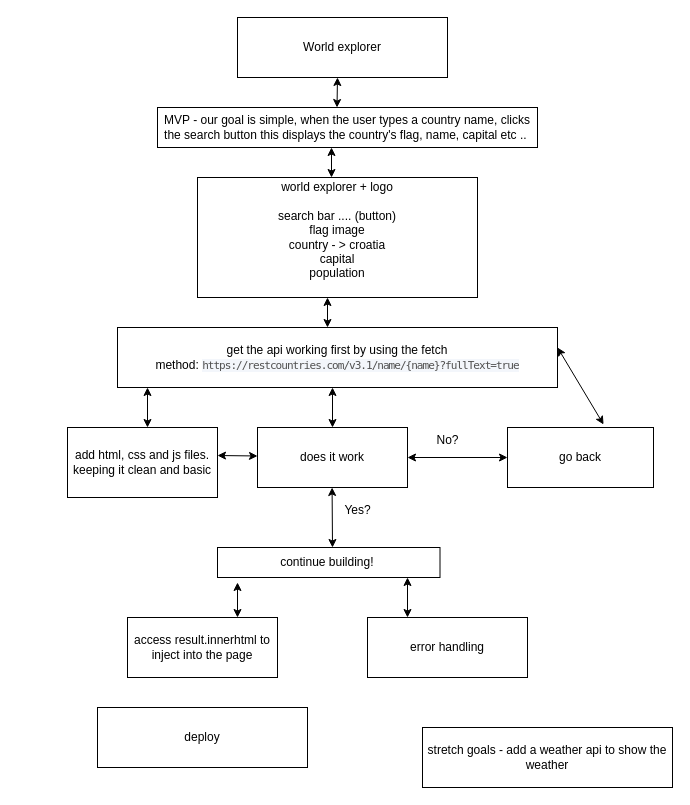
The draw.io diagram prototype.drawio in lienekl/challenge-5-group-work, before the edit. Source tidied: cells renumbered, new cells numbered last; positions are measured from the earlier drawing's top-left corner, leaving out a move shared by most shapes. Both pictures are drawn from the tidied source at 100%, with x=0, y=0 at pixel (67, 17).
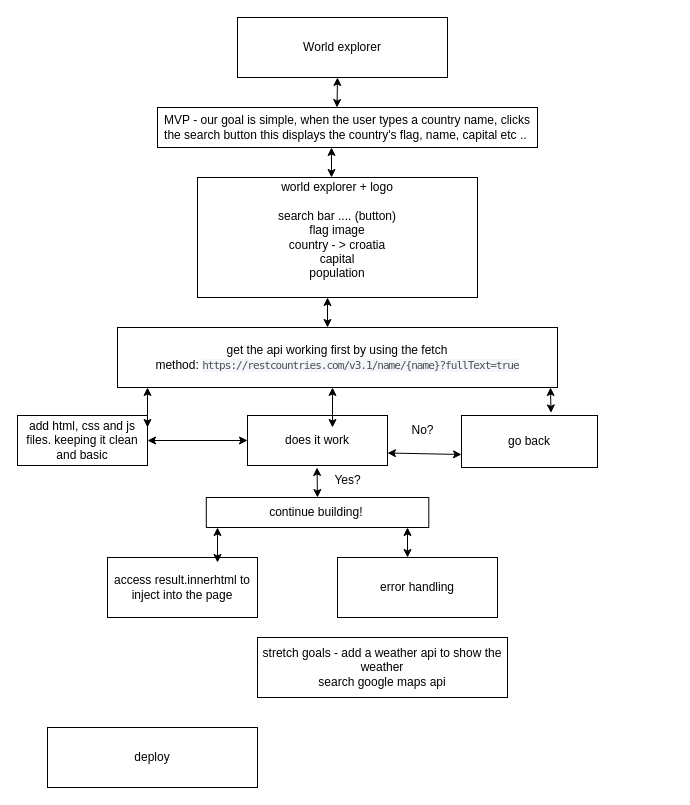
The same page after the edit.

Change to the diagram source:
```diff
@@
     <mxCell id="7" value="add html, css and js files. keeping it clean and basic" style="rounded=0;whiteSpace=wrap;html=1;" parent="1" vertex="1">
-      <mxGeometry y="410" width="150" height="70" as="geometry" />
+      <mxGeometry x="-50" y="398" width="130" height="50" as="geometry" />
     </mxCell>
     <mxCell id="8" value="does it work" style="rounded=0;whiteSpace=wrap;html=1;" parent="1" vertex="1">
-      <mxGeometry x="190" y="410" width="150" height="60" as="geometry" />
+      <mxGeometry x="180" y="398" width="140" height="50" as="geometry" />
     </mxCell>
     <mxCell id="9" value="go back" style="rounded=0;whiteSpace=wrap;html=1;" parent="1" vertex="1">
-      <mxGeometry x="440" y="410" width="146" height="60" as="geometry" />
+      <mxGeometry x="394" y="398" width="136" height="52" as="geometry" />
     </mxCell>
     <mxCell id="10" style="endArrow=classic;startArrow=classic;html=1;entryX=0.536;entryY=0.833;entryDx=0;entryDy=0;entryPerimeter=0;" parent="1" edge="1">
       <mxGeometry relative="1" as="geometry">
-        <mxPoint x="265" y="530" as="sourcePoint" />
-        <mxPoint x="264.6" y="470" as="targetPoint" />
+        <mxPoint x="250" y="480" as="sourcePoint" />
+        <mxPoint x="249.5" y="450" as="targetPoint" />
       </mxGeometry>
     </mxCell>
-    <mxCell id="11" style="endArrow=classic;startArrow=classic;html=1;exitX=1;exitY=0.5;exitDx=0;exitDy=0;" parent="1" edge="1" source="8">
-      <mxGeometry relative="1" as="geometry">
-        <mxPoint x="440" y="440" as="targetPoint" />
-      </mxGeometry>
+    <mxCell id="11" style="endArrow=classic;startArrow=classic;html=1;exitX=1;exitY=0.75;exitDx=0;exitDy=0;entryX=0;entryY=0.75;entryDx=0;entryDy=0;" parent="1" edge="1" source="8" target="9">
+      <mxGeometry relative="1" as="geometry" />
     </mxCell>
     <mxCell id="12" value="No?" style="text;html=1;align=center;verticalAlign=middle;strokeColor=none;fillColor=none;" parent="1" vertex="1">
-      <mxGeometry x="355" y="408" width="50" height="30" as="geometry" />
+      <mxGeometry x="330" y="398" width="50" height="30" as="geometry" />
     </mxCell>
     <mxCell id="13" style="endArrow=classic;startArrow=classic;html=1;entryX=0.658;entryY=-0.05;entryDx=0;entryDy=0;entryPerimeter=0;" parent="1" edge="1" target="9">
       <mxGeometry relative="1" as="geometry">
-        <mxPoint x="490" y="330" as="sourcePoint" />
+        <mxPoint x="483" y="370" as="sourcePoint" />
       </mxGeometry>
     </mxCell>
     <mxCell id="14" value="Yes?" style="text;html=1;align=center;verticalAlign=middle;strokeColor=none;fillColor=none;" parent="1" vertex="1">
-      <mxGeometry x="265" y="478" width="50" height="30" as="geometry" />
+      <mxGeometry x="255" y="448" width="50" height="30" as="geometry" />
     </mxCell>
     <mxCell id="15" value="continue building!&amp;nbsp;" style="rounded=0;whiteSpace=wrap;html=1;" parent="1" vertex="1">
-      <mxGeometry x="150" y="530" width="222.5" height="30" as="geometry" />
+      <mxGeometry x="138.8" y="480" width="222.5" height="30" as="geometry" />
     </mxCell>
-    <mxCell id="16" style="endArrow=classic;startArrow=classic;html=1;entryX=0;entryY=0.25;entryDx=0;entryDy=0;" parent="1" edge="1">
-      <mxGeometry relative="1" as="geometry">
-        <mxPoint x="190" y="438.5" as="sourcePoint" />
-        <mxPoint x="150" y="438" as="targetPoint" />
-      </mxGeometry>
+    <mxCell id="16" style="endArrow=classic;startArrow=classic;html=1;entryX=1;entryY=0.5;entryDx=0;entryDy=0;exitX=0;exitY=0.5;exitDx=0;exitDy=0;" parent="1" edge="1" source="8" target="7">
+      <mxGeometry relative="1" as="geometry" />
     </mxCell>
@@
     <mxCell id="21" value="access result.innerhtml to inject into the page" style="rounded=0;whiteSpace=wrap;html=1;" parent="1" vertex="1">
-      <mxGeometry x="60" y="600" width="150" height="60" as="geometry" />
+      <mxGeometry x="40" y="540" width="150" height="60" as="geometry" />
     </mxCell>
     <mxCell id="22" value="error handling" style="rounded=0;whiteSpace=wrap;html=1;" parent="1" vertex="1">
-      <mxGeometry x="300" y="600" width="160" height="60" as="geometry" />
+      <mxGeometry x="270" y="540" width="160" height="60" as="geometry" />
     </mxCell>
     <mxCell id="23" value="deploy" style="rounded=0;whiteSpace=wrap;html=1;" parent="1" vertex="1">
-      <mxGeometry x="30" y="690" width="210" height="60" as="geometry" />
+      <mxGeometry x="-20" y="710" width="210" height="60" as="geometry" />
     </mxCell>
     <mxCell id="24" style="endArrow=classic;startArrow=classic;html=1;" parent="1" edge="1">
       <mxGeometry relative="1" as="geometry">
-        <mxPoint x="170" y="600" as="sourcePoint" />
-        <mxPoint x="170" y="565" as="targetPoint" />
+        <mxPoint x="150" y="545" as="sourcePoint" />
+        <mxPoint x="150" y="510" as="targetPoint" />
       </mxGeometry>
     </mxCell>
     <mxCell id="25" style="endArrow=classic;startArrow=classic;html=1;" parent="1" edge="1">
       <mxGeometry relative="1" as="geometry">
-        <mxPoint x="340" y="600" as="sourcePoint" />
-        <mxPoint x="340" y="560" as="targetPoint" />
+        <mxPoint x="340" y="540" as="sourcePoint" />
+        <mxPoint x="340" y="510" as="targetPoint" />
       </mxGeometry>
     </mxCell>
-    <mxCell id="26" value="stretch goals - add a weather api to show the weather" style="rounded=0;whiteSpace=wrap;html=1;" parent="1" vertex="1">
-      <mxGeometry x="355" y="710" width="250" height="60" as="geometry" />
+    <mxCell id="26" value="stretch goals - add a weather api to show the weather&lt;div&gt;search google maps api&lt;/div&gt;" style="rounded=0;whiteSpace=wrap;html=1;" parent="1" vertex="1">
+      <mxGeometry x="190" y="620" width="250" height="60" as="geometry" />
     </mxCell>
```
